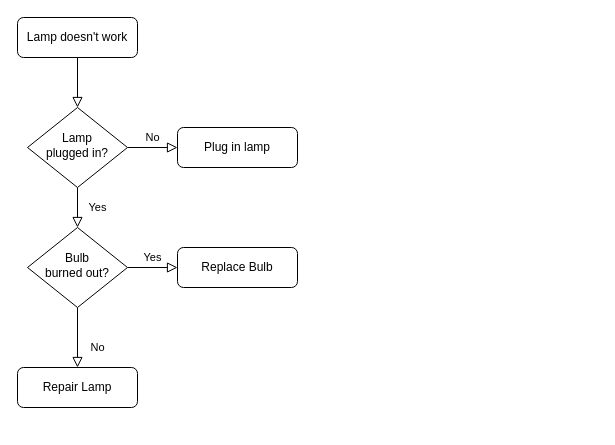
This is 富蘭克林專案_顧客旅程圖.drawio from julie-b05302301/diagram.io, a draw.io file, before an edit. Source tidied: cells renumbered, new cells numbered last; positions are measured from the earlier drawing's top-left corner, leaving out a move shared by most shapes. Both pictures are drawn from the tidied source at 100%, with x=0, y=0 at pixel (17, 17).
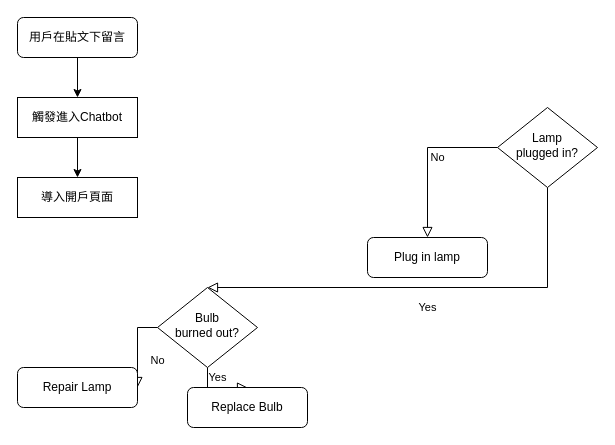
The same page after the edit.

Commit message:
更新富蘭克林專案_顧客旅程圖.drawio

Change to the diagram source:
```diff
@@
 <mxGraphModel>
   <root>
     <mxCell id="0" />
     <mxCell id="1" parent="0" />
-    <mxCell id="2" style="rounded=0;html=1;jettySize=auto;fontSize=11;endArrow=block;endFill=0;endSize=8;strokeWidth=1;shadow=0;labelBackgroundColor=none;edgeStyle=orthogonalEdgeStyle;" parent="1" edge="1" source="3" target="6">
-      <mxGeometry relative="1" as="geometry" />
-    </mxCell>
+    <mxCell id="13" style="edgeStyle=orthogonalEdgeStyle;rounded=0;jettySize=auto;html=1;exitX=0.5;exitY=1;exitDx=0;exitDy=0;entryX=0.5;entryY=0;entryDx=0;entryDy=0;" parent="1" edge="1" source="3" target="15">
+      <mxGeometry relative="1" as="geometry" />
+    </mxCell>
-    <mxCell id="3" value="Lamp doesn't work" style="rounded=1;whiteSpace=wrap;html=1;fontSize=12;glass=0;strokeWidth=1;shadow=0;" parent="1" vertex="1">
+    <mxCell id="3" value="用戶在貼文下留言" style="rounded=1;whiteSpace=wrap;html=1;fontSize=12;glass=0;strokeWidth=1;shadow=0;" parent="1" vertex="1">
       <mxGeometry width="120" height="40" as="geometry" />
     </mxCell>
     <mxCell id="4" value="Yes" style="rounded=0;html=1;jettySize=auto;fontSize=11;endArrow=block;endFill=0;endSize=8;strokeWidth=1;shadow=0;labelBackgroundColor=none;edgeStyle=orthogonalEdgeStyle;" parent="1" edge="1" source="6" target="10">
-      <mxGeometry y="20" relative="1" as="geometry" />
+      <mxGeometry y="20" relative="1" as="geometry">
+        <Array as="points">
+          <mxPoint x="530" y="270" />
+        </Array>
+      </mxGeometry>
     </mxCell>
     <mxCell id="5" value="No" style="edgeStyle=orthogonalEdgeStyle;rounded=0;html=1;jettySize=auto;fontSize=11;endArrow=block;endFill=0;endSize=8;strokeWidth=1;shadow=0;labelBackgroundColor=none;" parent="1" edge="1" source="6" target="7">
       <mxGeometry y="10" relative="1" as="geometry" />
     </mxCell>
     <mxCell id="6" value="Lamp&lt;br&gt;plugged in?" style="rhombus;whiteSpace=wrap;html=1;shadow=0;fontFamily=Helvetica;fontSize=12;align=center;strokeWidth=1;spacing=6;spacingTop=-4;" parent="1" vertex="1">
-      <mxGeometry x="10" y="90" width="100" height="80" as="geometry" />
+      <mxGeometry x="480" y="90" width="100" height="80" as="geometry" />
     </mxCell>
     <mxCell id="7" value="Plug in lamp" style="rounded=1;whiteSpace=wrap;html=1;fontSize=12;glass=0;strokeWidth=1;shadow=0;" parent="1" vertex="1">
-      <mxGeometry x="160" y="110" width="120" height="40" as="geometry" />
+      <mxGeometry x="350" y="220" width="120" height="40" as="geometry" />
     </mxCell>
     <mxCell id="8" value="No" style="rounded=0;html=1;jettySize=auto;fontSize=11;endArrow=block;endFill=0;endSize=8;strokeWidth=1;shadow=0;labelBackgroundColor=none;edgeStyle=orthogonalEdgeStyle;" parent="1" edge="1" source="10" target="11">
       <mxGeometry x="0.33" y="20" relative="1" as="geometry" />
     </mxCell>
     <mxCell id="9" value="Yes" style="edgeStyle=orthogonalEdgeStyle;rounded=0;html=1;jettySize=auto;fontSize=11;endArrow=block;endFill=0;endSize=8;strokeWidth=1;shadow=0;labelBackgroundColor=none;" parent="1" edge="1" source="10" target="12">
       <mxGeometry y="10" relative="1" as="geometry" />
     </mxCell>
     <mxCell id="10" value="Bulb&lt;br&gt;burned out?" style="rhombus;whiteSpace=wrap;html=1;shadow=0;fontFamily=Helvetica;fontSize=12;align=center;strokeWidth=1;spacing=6;spacingTop=-4;" parent="1" vertex="1">
-      <mxGeometry x="10" y="210" width="100" height="80" as="geometry" />
+      <mxGeometry x="140" y="270" width="100" height="80" as="geometry" />
     </mxCell>
     <mxCell id="11" value="Repair Lamp" style="rounded=1;whiteSpace=wrap;html=1;fontSize=12;glass=0;strokeWidth=1;shadow=0;" parent="1" vertex="1">
       <mxGeometry y="350" width="120" height="40" as="geometry" />
     </mxCell>
     <mxCell id="12" value="Replace Bulb" style="rounded=1;whiteSpace=wrap;html=1;fontSize=12;glass=0;strokeWidth=1;shadow=0;" parent="1" vertex="1">
-      <mxGeometry x="160" y="230" width="120" height="40" as="geometry" />
+      <mxGeometry x="170" y="370" width="120" height="40" as="geometry" />
     </mxCell>
+    <mxCell id="14" style="edgeStyle=orthogonalEdgeStyle;rounded=0;jettySize=auto;html=1;exitX=0.5;exitY=1;exitDx=0;exitDy=0;entryX=0.5;entryY=0;entryDx=0;entryDy=0;" parent="1" edge="1" source="15" target="16">
+      <mxGeometry relative="1" as="geometry" />
+    </mxCell>
+    <mxCell id="15" value="觸發進入Chatbot" style="rounded=0;whiteSpace=wrap;html=1;" parent="1" vertex="1">
+      <mxGeometry y="80" width="120" height="40" as="geometry" />
+    </mxCell>
+    <mxCell id="16" value="導入開戶頁面" style="rounded=0;whiteSpace=wrap;html=1;" parent="1" vertex="1">
+      <mxGeometry y="160" width="120" height="40" as="geometry" />
+    </mxCell>
   </root>
 </mxGraphModel>
```
